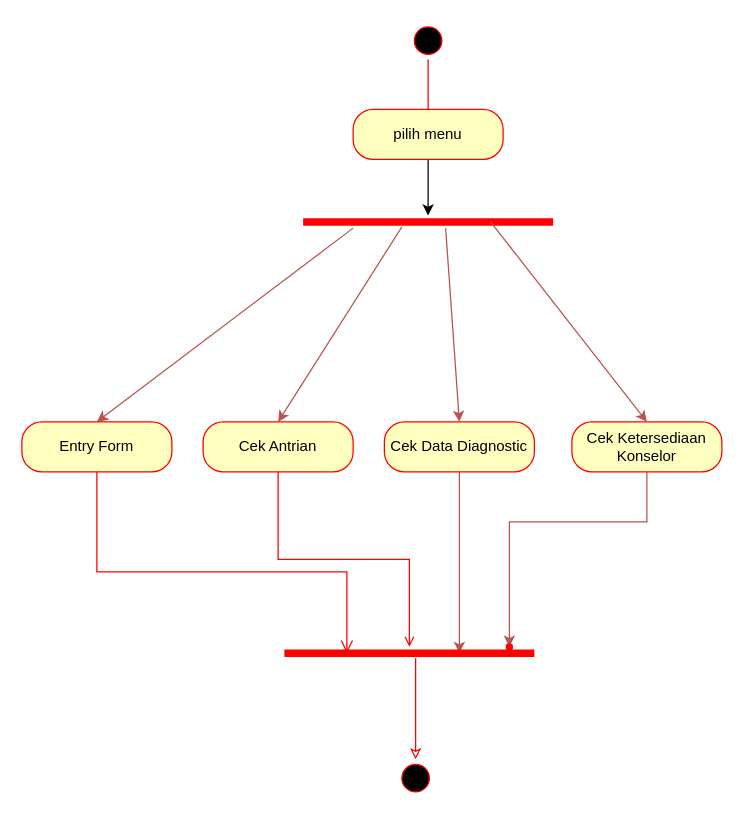
Earlier version of the draw.io diagram Mini-Proj/Activity Entry Form.drawio (mahesri/uml_ads_sms3). Source tidied: cells renumbered, new cells numbered last; positions are measured from the earlier drawing's top-left corner, leaving out a move shared by most shapes. Both pictures are drawn from the tidied source at 125%, with x=0, y=0 at pixel (21, 21).
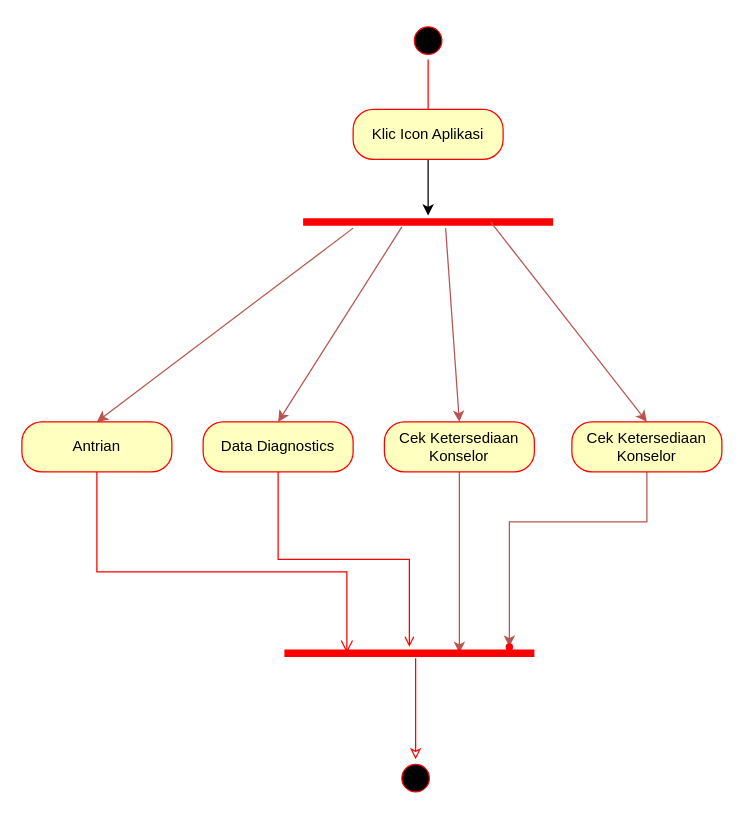
After the change.

The edit, as a diff of the source:
```diff
@@
-    <mxCell id="5" value="pilih menu" style="rounded=1;whiteSpace=wrap;html=1;arcSize=40;fontColor=#000000;fillColor=#ffffc0;strokeColor=#ff0000;" parent="1" vertex="1">
+    <mxCell id="5" value="Klic Icon Aplikasi" style="rounded=1;whiteSpace=wrap;html=1;arcSize=40;fontColor=#000000;fillColor=#ffffc0;strokeColor=#ff0000;" parent="1" vertex="1">
       <mxGeometry x="265" y="70" width="120" height="40" as="geometry" />
     </mxCell>
@@
-    <mxCell id="8" value="Entry Form" style="rounded=1;whiteSpace=wrap;html=1;arcSize=40;fontColor=#000000;fillColor=#ffffc0;strokeColor=#ff0000;" parent="1" vertex="1">
+    <mxCell id="8" value="Antrian" style="rounded=1;whiteSpace=wrap;html=1;arcSize=40;fontColor=#000000;fillColor=#ffffc0;strokeColor=#ff0000;" parent="1" vertex="1">
       <mxGeometry y="320" width="120" height="40" as="geometry" />
     </mxCell>
@@
-    <mxCell id="11" value="Cek Antrian" style="rounded=1;whiteSpace=wrap;html=1;arcSize=40;fontColor=#000000;fillColor=#ffffc0;strokeColor=#ff0000;" parent="1" vertex="1">
+    <mxCell id="11" value="Data Diagnostics" style="rounded=1;whiteSpace=wrap;html=1;arcSize=40;fontColor=#000000;fillColor=#ffffc0;strokeColor=#ff0000;" parent="1" vertex="1">
       <mxGeometry x="145" y="320" width="120" height="40" as="geometry" />
     </mxCell>
@@
-    <mxCell id="14" value="Cek Data Diagnostic" style="rounded=1;whiteSpace=wrap;html=1;arcSize=40;fontColor=#000000;fillColor=#ffffc0;strokeColor=#ff0000;" parent="1" vertex="1">
+    <mxCell id="14" value="Cek Ketersediaan&lt;br&gt;Konselor" style="rounded=1;whiteSpace=wrap;html=1;arcSize=40;fontColor=#000000;fillColor=#ffffc0;strokeColor=#ff0000;" parent="1" vertex="1">
       <mxGeometry x="290" y="320" width="120" height="40" as="geometry" />
     </mxCell>
```
